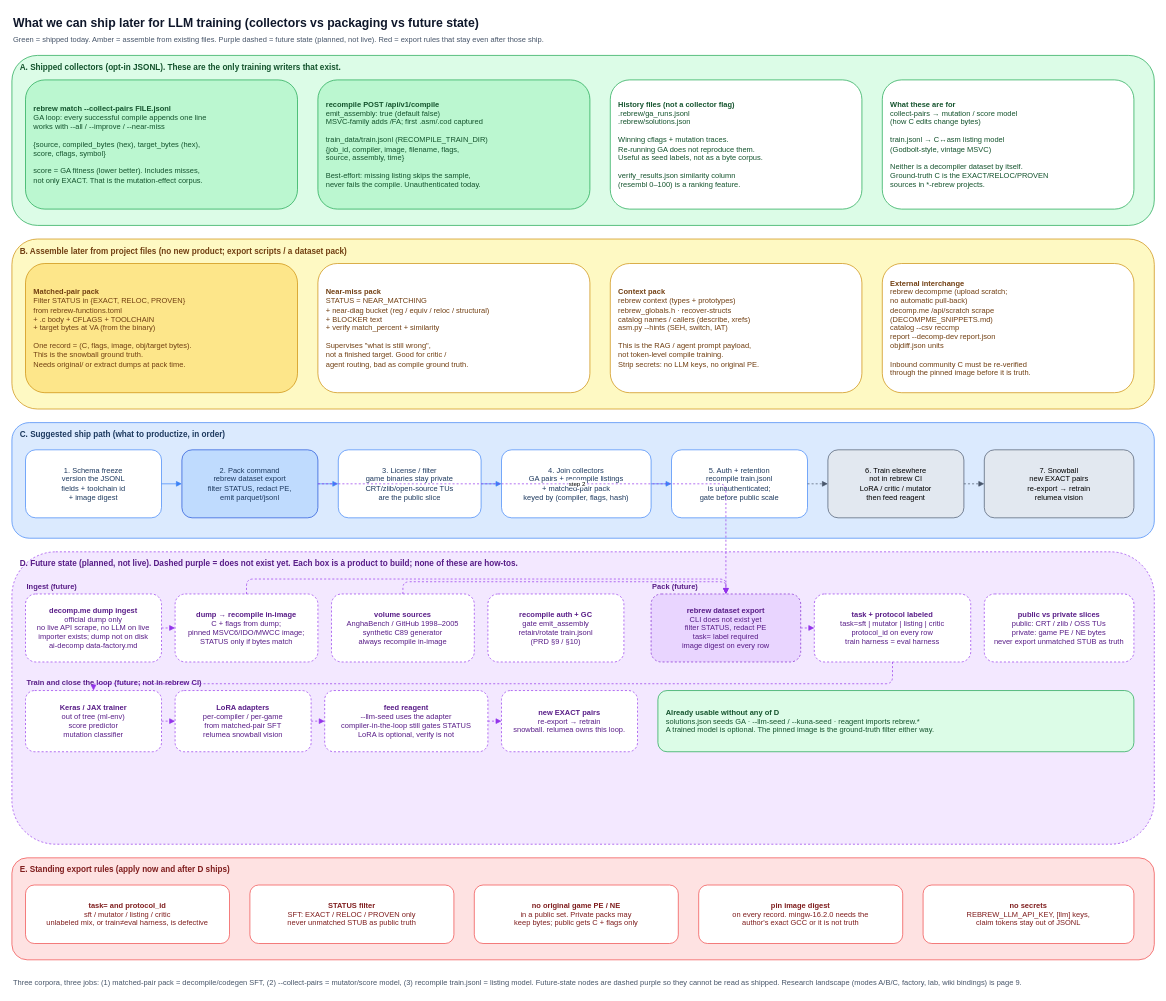
Above: page "8. LLM training export" (8 of 9) of docs/architecture.drawio in maci0/rebrew (draw.io), before the change. Source tidied: cells renumbered, new cells numbered last; positions are measured from the earlier drawing's top-left corner, leaving out a move shared by most shapes. Both pictures are drawn from the tidied source at 68%, with x=0, y=0 at pixel (12, 12).
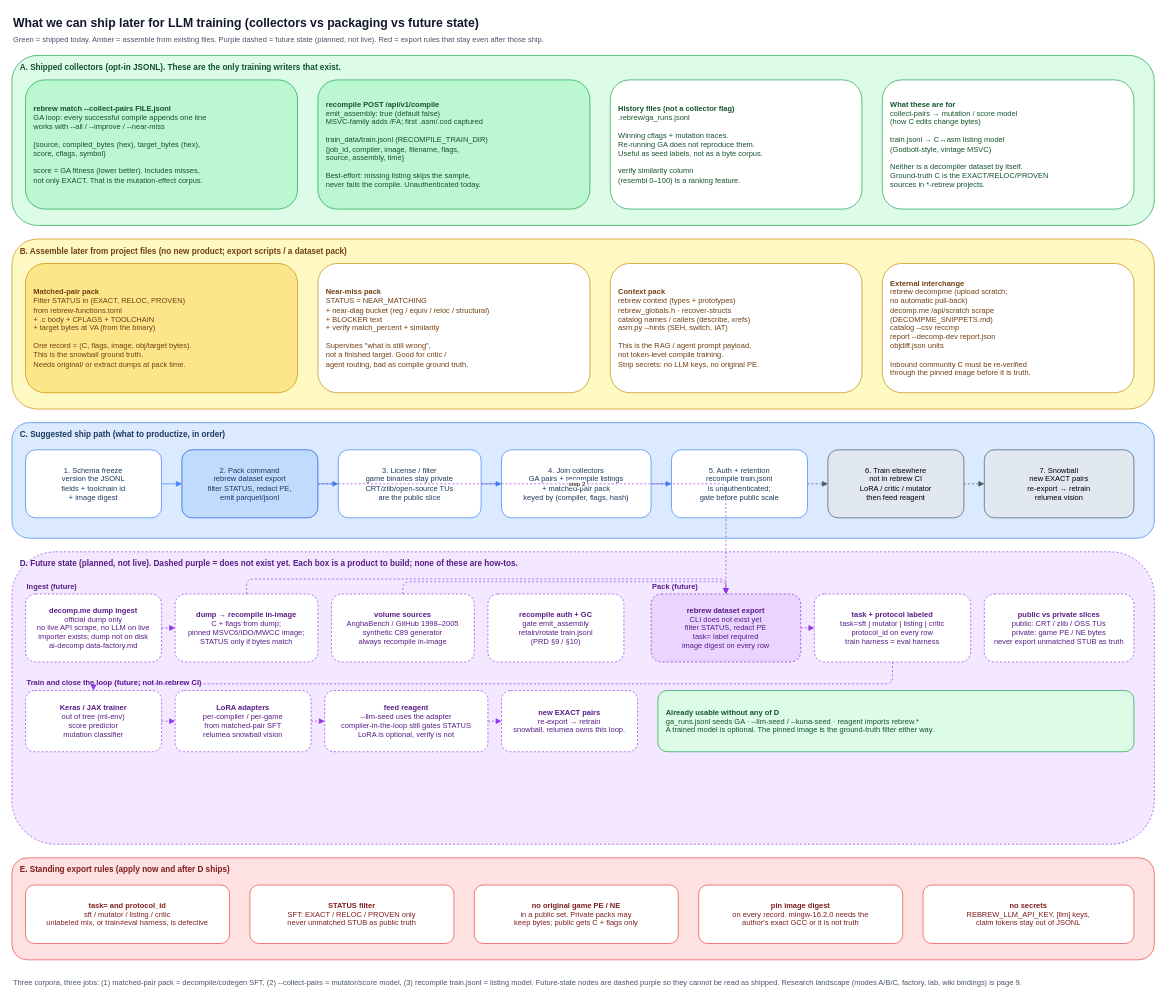
After the change.

Change to the diagram source:
```diff
@@
-    <mxCell id="7" value="&lt;b&gt;History files (not a collector flag)&lt;/b&gt;&lt;br&gt;.rebrew/ga_runs.jsonl&lt;br&gt;.rebrew/solutions.json&lt;br&gt;&lt;br&gt;Winning cflags + mutation traces.&lt;br&gt;Re-running GA does not reproduce them.&lt;br&gt;Useful as seed labels, not as a byte corpus.&lt;br&gt;&lt;br&gt;verify_results.json similarity column&lt;br&gt;(resembl 0–100) is a ranking feature." style="rounded=1;whiteSpace=wrap;html=1;fillColor=#ffffff;strokeColor=#16a34a;fontColor=#14532d;align=left;spacingLeft=10;fontSize=11;" parent="1" vertex="1">
+    <mxCell id="7" value="&lt;b&gt;History files (not a collector flag)&lt;/b&gt;&lt;br&gt;.rebrew/ga_runs.jsonl&lt;br&gt;&lt;br&gt;Winning cflags + mutation traces.&lt;br&gt;Re-running GA does not reproduce them.&lt;br&gt;Useful as seed labels, not as a byte corpus.&lt;br&gt;&lt;br&gt;verify similarity column&lt;br&gt;(resembl 0–100) is a ranking feature." style="rounded=1;whiteSpace=wrap;html=1;fillColor=#ffffff;strokeColor=#16a34a;fontColor=#14532d;align=left;spacingLeft=10;fontSize=11;" parent="1" vertex="1">
       <mxGeometry x="880" y="100" width="370" height="190" as="geometry" />
     </mxCell>
@@
-    <mxCell id="43" value="&lt;b&gt;Already usable without any of D&lt;/b&gt;&lt;br&gt;solutions.json seeds GA · --llm-seed / --kuna-seed · reagent imports rebrew.*&lt;br&gt;A trained model is optional. The pinned image is the ground-truth filter either way." style="rounded=1;whiteSpace=wrap;html=1;fillColor=#dcfce7;strokeColor=#16a34a;fontColor=#14532d;align=left;spacingLeft=10;fontSize=11;" parent="1" vertex="1">
+    <mxCell id="43" value="&lt;b&gt;Already usable without any of D&lt;/b&gt;&lt;br&gt;ga_runs.jsonl seeds GA · --llm-seed / --kuna-seed · reagent imports rebrew.*&lt;br&gt;A trained model is optional. The pinned image is the ground-truth filter either way." style="rounded=1;whiteSpace=wrap;html=1;fillColor=#dcfce7;strokeColor=#16a34a;fontColor=#14532d;align=left;spacingLeft=10;fontSize=11;" parent="1" vertex="1">
       <mxGeometry x="950" y="998" width="700" height="90" as="geometry" />
     </mxCell>
```
